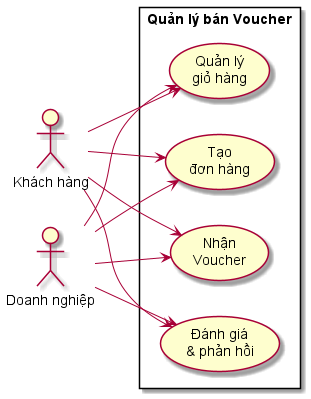
Above: diagram/business/khach_hang_Bao.png in Ngo-The-Dat/e-voucher-system (PlantUML), before the change.
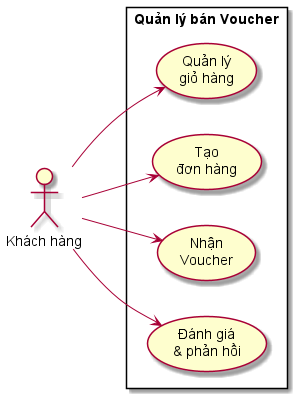
The same diagram one commit later.

Commit message:
docs: add activity diagrams for customer workflows and align system and business use case.

Change to the diagram source:
```diff
@@ -2,7 +2,6 @@
 left to right direction
 
 actor "Khách hàng" as Customer
-actor "Doanh nghiệp" as Business
 
 rectangle "Quản lý bán Voucher" {
 
@@ -18,9 +17,4 @@
 Customer --> UC07
 Customer --> UC08
 
-Business --> UC05
-Business --> UC06
-Business --> UC07
-Business --> UC08
-
 @enduml
```
